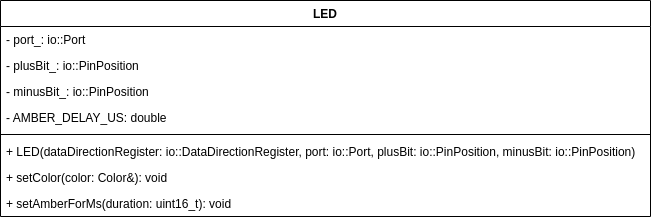
The draw.io diagram tp/tp7/images_rapport/LED_diagramme_classe.png in BourgonLaurent/Projet1, before a commit. Source tidied: cells renumbered, new cells last; positions are measured from the earlier drawing's top-left corner, leaving out a move shared by most shapes.
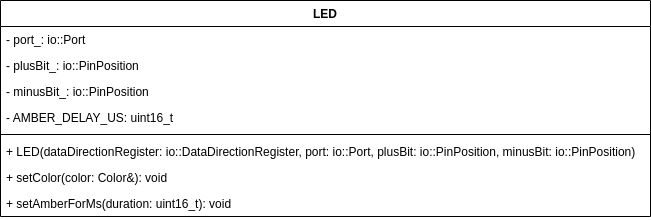
The same file after the commit.

Commit message:
[TP7][Led] renamed class, amber delay type

What changed in the source:
```diff
@@ -14,7 +14,7 @@
     <mxCell id="5" value="- minusBit_: io::PinPosition" style="text;strokeColor=none;fillColor=none;align=left;verticalAlign=top;spacingLeft=4;spacingRight=4;overflow=hidden;" parent="2" vertex="1">
       <mxGeometry y="78" width="650" height="26" as="geometry" />
     </mxCell>
-    <mxCell id="6" value="- AMBER_DELAY_US: double" style="text;strokeColor=none;fillColor=none;align=left;verticalAlign=top;spacingLeft=4;spacingRight=4;overflow=hidden;" parent="2" vertex="1">
+    <mxCell id="6" value="- AMBER_DELAY_US: uint16_t&#10;" style="text;strokeColor=none;fillColor=none;align=left;verticalAlign=top;spacingLeft=4;spacingRight=4;overflow=hidden;" parent="2" vertex="1">
       <mxGeometry y="104" width="650" height="26" as="geometry" />
     </mxCell>
     <mxCell id="7" style="line;strokeWidth=1;fillColor=none;align=left;verticalAlign=middle;spacingTop=-1;spacingLeft=3;spacingRight=3;labelPosition=right;strokeColor=inherit;" parent="2" vertex="1">
```
